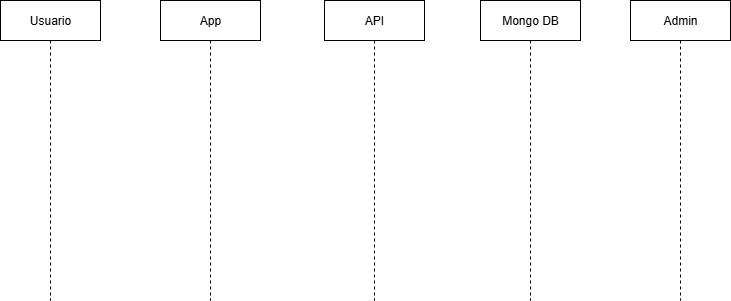
The draw.io diagram Diagrama de secuencia.png in DjGuetta/App-Hotel-Management, before a commit. Source tidied: cells renumbered, new cells last; positions are measured from the earlier drawing's top-left corner, leaving out a move shared by most shapes. Source of this version:
```xml
<mxGraphModel>
  <root>
    <mxCell id="0" />
    <mxCell id="1" parent="0" />
    <mxCell id="2" value="Usuario" style="shape=umlLifeline;perimeter=lifelinePerimeter;whiteSpace=wrap;html=1;newEdgeStyle={&quot;curved&quot;:0,&quot;rounded&quot;:0};" parent="1" vertex="1">
      <mxGeometry width="100" height="300" as="geometry" />
    </mxCell>
    <mxCell id="3" value="App" style="shape=umlLifeline;perimeter=lifelinePerimeter;whiteSpace=wrap;html=1;newEdgeStyle={&quot;curved&quot;:0,&quot;rounded&quot;:0};" parent="1" vertex="1">
      <mxGeometry x="160" width="100" height="300" as="geometry" />
    </mxCell>
    <mxCell id="4" value="API" style="shape=umlLifeline;perimeter=lifelinePerimeter;whiteSpace=wrap;html=1;newEdgeStyle={&quot;curved&quot;:0,&quot;rounded&quot;:0};" parent="1" vertex="1">
      <mxGeometry x="324" width="100" height="300" as="geometry" />
    </mxCell>
    <mxCell id="5" value="Mongo DB" style="shape=umlLifeline;perimeter=lifelinePerimeter;whiteSpace=wrap;html=1;newEdgeStyle={&quot;curved&quot;:0,&quot;rounded&quot;:0};" parent="1" vertex="1">
      <mxGeometry x="480" width="100" height="300" as="geometry" />
    </mxCell>
    <mxCell id="6" value="Admin" style="shape=umlLifeline;perimeter=lifelinePerimeter;whiteSpace=wrap;html=1;outlineConnect=0;portConstraint=eastwest;newEdgeStyle={&quot;curved&quot;:0,&quot;rounded&quot;:0};" parent="1" vertex="1">
      <mxGeometry x="630" width="100" height="300" as="geometry" />
    </mxCell>
  </root>
</mxGraphModel>
```
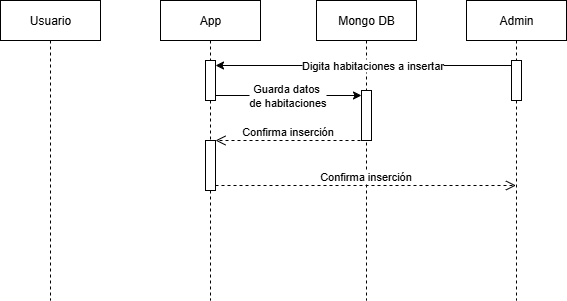
Later version of the same file.

Commit message:
Actualizando diagrama

What changed in the source:
```diff
@@ -3,19 +3,52 @@
     <mxCell id="0" />
     <mxCell id="1" parent="0" />
     <mxCell id="2" value="Usuario" style="shape=umlLifeline;perimeter=lifelinePerimeter;whiteSpace=wrap;html=1;newEdgeStyle={&quot;curved&quot;:0,&quot;rounded&quot;:0};" parent="1" vertex="1">
-      <mxGeometry width="100" height="300" as="geometry" />
+      <mxGeometry x="91" width="100" height="300" as="geometry" />
     </mxCell>
     <mxCell id="3" value="App" style="shape=umlLifeline;perimeter=lifelinePerimeter;whiteSpace=wrap;html=1;newEdgeStyle={&quot;curved&quot;:0,&quot;rounded&quot;:0};" parent="1" vertex="1">
-      <mxGeometry x="160" width="100" height="300" as="geometry" />
+      <mxGeometry x="251" width="100" height="300" as="geometry" />
     </mxCell>
-    <mxCell id="4" value="API" style="shape=umlLifeline;perimeter=lifelinePerimeter;whiteSpace=wrap;html=1;newEdgeStyle={&quot;curved&quot;:0,&quot;rounded&quot;:0};" parent="1" vertex="1">
-      <mxGeometry x="324" width="100" height="300" as="geometry" />
-    </mxCell>
+    <mxCell id="7" style="html=1;points=[[0,0,0,0,5],[0,1,0,0,-5],[1,0,0,0,5],[1,1,0,0,-5]];perimeter=orthogonalPerimeter;outlineConnect=0;targetShapes=umlLifeline;portConstraint=eastwest;newEdgeStyle={&quot;curved&quot;:0,&quot;rounded&quot;:0};" parent="3" vertex="1">
+      <mxGeometry x="45" y="60" width="10" height="40" as="geometry" />
+    </mxCell>
+    <mxCell id="8" style="html=1;points=[[0,0,0,0,5],[0,1,0,0,-5],[1,0,0,0,5],[1,1,0,0,-5]];perimeter=orthogonalPerimeter;outlineConnect=0;targetShapes=umlLifeline;portConstraint=eastwest;newEdgeStyle={&quot;curved&quot;:0,&quot;rounded&quot;:0};" parent="3" vertex="1">
+      <mxGeometry x="45" y="140" width="10" height="50" as="geometry" />
+    </mxCell>
     <mxCell id="5" value="Mongo DB" style="shape=umlLifeline;perimeter=lifelinePerimeter;whiteSpace=wrap;html=1;newEdgeStyle={&quot;curved&quot;:0,&quot;rounded&quot;:0};" parent="1" vertex="1">
-      <mxGeometry x="480" width="100" height="300" as="geometry" />
+      <mxGeometry x="407" width="100" height="300" as="geometry" />
     </mxCell>
+    <mxCell id="9" style="html=1;points=[[0,0,0,0,5],[0,1,0,0,-5],[1,0,0,0,5],[1,1,0,0,-5]];perimeter=orthogonalPerimeter;outlineConnect=0;targetShapes=umlLifeline;portConstraint=eastwest;newEdgeStyle={&quot;curved&quot;:0,&quot;rounded&quot;:0};" parent="5" vertex="1">
+      <mxGeometry x="45" y="90" width="10" height="50" as="geometry" />
+    </mxCell>
     <mxCell id="6" value="Admin" style="shape=umlLifeline;perimeter=lifelinePerimeter;whiteSpace=wrap;html=1;outlineConnect=0;portConstraint=eastwest;newEdgeStyle={&quot;curved&quot;:0,&quot;rounded&quot;:0};" parent="1" vertex="1">
-      <mxGeometry x="630" width="100" height="300" as="geometry" />
+      <mxGeometry x="557" width="100" height="300" as="geometry" />
     </mxCell>
+    <mxCell id="10" style="html=1;points=[[0,0,0,0,5],[0,1,0,0,-5],[1,0,0,0,5],[1,1,0,0,-5]];perimeter=orthogonalPerimeter;outlineConnect=0;targetShapes=umlLifeline;portConstraint=eastwest;newEdgeStyle={&quot;curved&quot;:0,&quot;rounded&quot;:0};" parent="6" vertex="1">
+      <mxGeometry x="45" y="60" width="10" height="40" as="geometry" />
+    </mxCell>
+    <mxCell id="11" style="edgeStyle=orthogonalEdgeStyle;rounded=0;jettySize=auto;html=1;curved=0;exitX=0;exitY=0;exitDx=0;exitDy=5;exitPerimeter=0;entryX=1;entryY=0;entryDx=0;entryDy=5;entryPerimeter=0;" parent="1" edge="1" source="10" target="7">
+      <mxGeometry relative="1" as="geometry" />
+    </mxCell>
+    <mxCell id="12" value="Digita habitaciones a insertar" style="edgeLabel;html=1;align=center;verticalAlign=middle;" parent="11" vertex="1">
+      <mxGeometry x="0.01" y="-1" relative="1" as="geometry">
+        <mxPoint x="10" as="offset" />
+      </mxGeometry>
+    </mxCell>
+    <mxCell id="13" style="edgeStyle=orthogonalEdgeStyle;rounded=0;jettySize=auto;html=1;curved=0;exitX=1;exitY=1;exitDx=0;exitDy=-5;exitPerimeter=0;entryX=0;entryY=0;entryDx=0;entryDy=5;entryPerimeter=0;" parent="1" edge="1" source="7" target="9">
+      <mxGeometry relative="1" as="geometry" />
+    </mxCell>
+    <mxCell id="14" value="Guarda datos&amp;nbsp;&lt;div&gt;de habitaciones&lt;/div&gt;" style="edgeLabel;html=1;align=center;verticalAlign=middle;" parent="13" vertex="1">
+      <mxGeometry x="0.17" y="-2" relative="1" as="geometry">
+        <mxPoint x="-15" y="-3" as="offset" />
+      </mxGeometry>
+    </mxCell>
+    <mxCell id="15" value="Confirma inserción" style="html=1;verticalAlign=bottom;endArrow=open;dashed=1;endSize=8;curved=0;rounded=0;" parent="1" edge="1" target="8">
+      <mxGeometry relative="1" as="geometry">
+        <mxPoint x="451" y="140" as="sourcePoint" />
+      </mxGeometry>
+    </mxCell>
+    <mxCell id="16" value="Confirma inserción" style="html=1;verticalAlign=bottom;endArrow=open;dashed=1;endSize=8;curved=0;rounded=0;exitX=1;exitY=1;exitDx=0;exitDy=-5;exitPerimeter=0;" parent="1" edge="1" source="8" target="6">
+      <mxGeometry relative="1" as="geometry" />
+    </mxCell>
   </root>
 </mxGraphModel>
```
